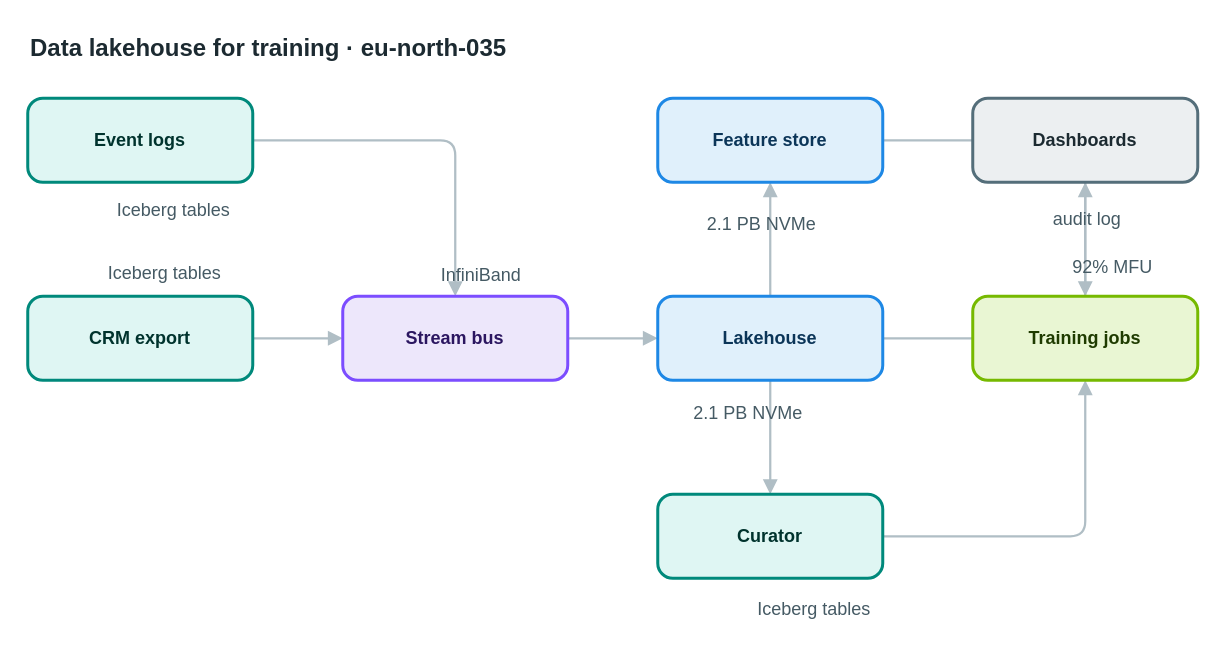
Earlier version of the draw.io diagram apps/web/public/samples/library/035-data-lakehouse-for-training.drawio (AryanG01/open-apprentice). Source tidied: cells renumbered, new cells numbered last; positions are measured from the earlier drawing's top-left corner, leaving out a move shared by most shapes. Both pictures are drawn from the tidied source at 150%, with x=0, y=0 at pixel (27, 26).
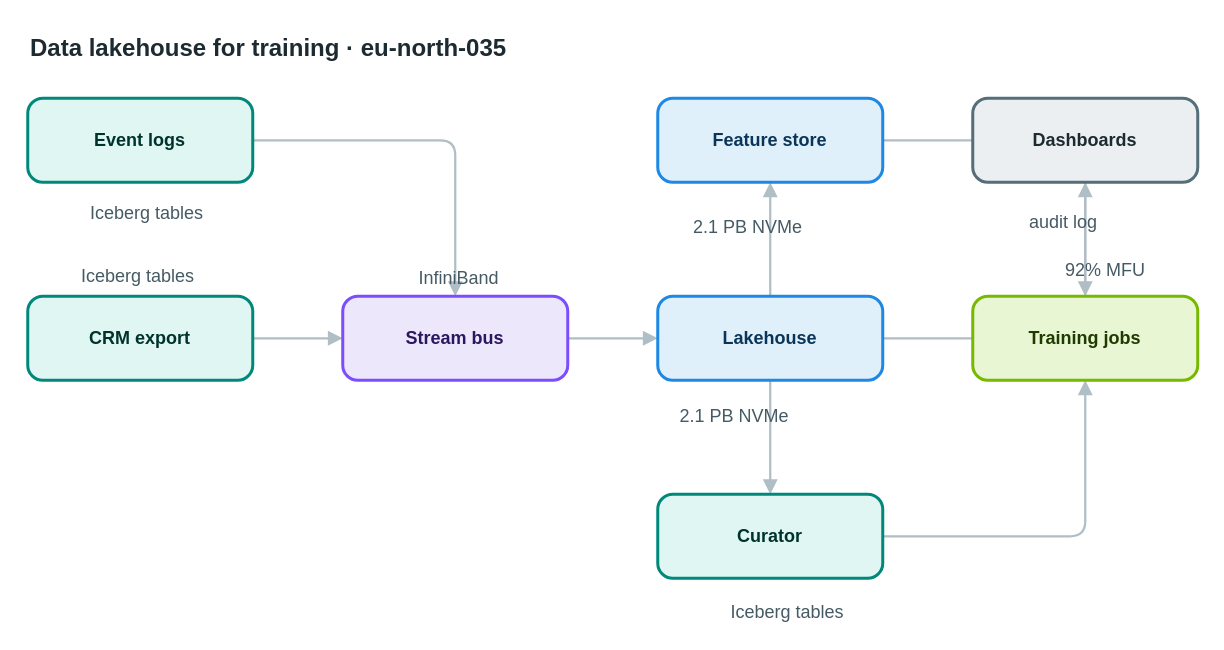
The same diagram, later.

Diff of the diagram source:
```diff
@@
-    <mxCell id="19" value="Iceberg tables" style="text;html=1;align=center;verticalAlign=middle;whiteSpace=nowrap;strokeColor=none;fillColor=none;fontSize=12;fontColor=#455a64;" parent="1" vertex="1">
+    <mxCell id="19" value="Iceberg tables" style="text;html=1;align=left;verticalAlign=top;whiteSpace=nowrap;spacing=0;spacingTop=0;strokeColor=none;fillColor=none;fontSize=12;fontColor=#455a64;" parent="1" vertex="1">
       <mxGeometry x="42" y="113" width="110" height="20" as="geometry" />
     </mxCell>
-    <mxCell id="20" value="Iceberg tables" style="text;html=1;align=center;verticalAlign=middle;whiteSpace=nowrap;strokeColor=none;fillColor=none;fontSize=12;fontColor=#455a64;" parent="1" vertex="1">
+    <mxCell id="20" value="Iceberg tables" style="text;html=1;align=left;verticalAlign=top;whiteSpace=nowrap;spacing=0;spacingTop=0;strokeColor=none;fillColor=none;fontSize=12;fontColor=#455a64;" parent="1" vertex="1">
       <mxGeometry x="36" y="155" width="110" height="20" as="geometry" />
     </mxCell>
-    <mxCell id="21" value="InfiniBand" style="text;html=1;align=center;verticalAlign=middle;whiteSpace=nowrap;strokeColor=none;fillColor=none;fontSize=12;fontColor=#455a64;" parent="1" vertex="1">
+    <mxCell id="21" value="InfiniBand" style="text;html=1;align=left;verticalAlign=top;whiteSpace=nowrap;spacing=0;spacingTop=0;strokeColor=none;fillColor=none;fontSize=12;fontColor=#455a64;" parent="1" vertex="1">
       <mxGeometry x="261" y="156" width="82" height="20" as="geometry" />
     </mxCell>
-    <mxCell id="22" value="2.1 PB NVMe" style="text;html=1;align=center;verticalAlign=middle;whiteSpace=nowrap;strokeColor=none;fillColor=none;fontSize=12;fontColor=#455a64;" parent="1" vertex="1">
+    <mxCell id="22" value="2.1 PB NVMe" style="text;html=1;align=left;verticalAlign=top;whiteSpace=nowrap;spacing=0;spacingTop=0;strokeColor=none;fillColor=none;fontSize=12;fontColor=#455a64;" parent="1" vertex="1">
       <mxGeometry x="435" y="248" width="89" height="20" as="geometry" />
     </mxCell>
-    <mxCell id="23" value="2.1 PB NVMe" style="text;html=1;align=center;verticalAlign=middle;whiteSpace=nowrap;strokeColor=none;fillColor=none;fontSize=12;fontColor=#455a64;" parent="1" vertex="1">
+    <mxCell id="23" value="2.1 PB NVMe" style="text;html=1;align=left;verticalAlign=top;whiteSpace=nowrap;spacing=0;spacingTop=0;strokeColor=none;fillColor=none;fontSize=12;fontColor=#455a64;" parent="1" vertex="1">
       <mxGeometry x="444" y="122" width="89" height="20" as="geometry" />
     </mxCell>
-    <mxCell id="24" value="Iceberg tables" style="text;html=1;align=center;verticalAlign=middle;whiteSpace=nowrap;strokeColor=none;fillColor=none;fontSize=12;fontColor=#455a64;" parent="1" vertex="1">
+    <mxCell id="24" value="Iceberg tables" style="text;html=1;align=left;verticalAlign=top;whiteSpace=nowrap;spacing=0;spacingTop=0;strokeColor=none;fillColor=none;fontSize=12;fontColor=#455a64;" parent="1" vertex="1">
       <mxGeometry x="469" y="379" width="110" height="20" as="geometry" />
     </mxCell>
-    <mxCell id="25" value="92% MFU" style="text;html=1;align=center;verticalAlign=middle;whiteSpace=nowrap;strokeColor=none;fillColor=none;fontSize=12;fontColor=#455a64;" parent="1" vertex="1">
+    <mxCell id="25" value="92% MFU" style="text;html=1;align=left;verticalAlign=top;whiteSpace=nowrap;spacing=0;spacingTop=0;strokeColor=none;fillColor=none;fontSize=12;fontColor=#455a64;" parent="1" vertex="1">
       <mxGeometry x="692" y="151" width="61" height="20" as="geometry" />
     </mxCell>
-    <mxCell id="26" value="audit log" style="text;html=1;align=center;verticalAlign=middle;whiteSpace=nowrap;strokeColor=none;fillColor=none;fontSize=12;fontColor=#455a64;" parent="1" vertex="1">
+    <mxCell id="26" value="audit log" style="text;html=1;align=left;verticalAlign=top;whiteSpace=nowrap;spacing=0;spacingTop=0;strokeColor=none;fillColor=none;fontSize=12;fontColor=#455a64;" parent="1" vertex="1">
       <mxGeometry x="668" y="119" width="75" height="20" as="geometry" />
     </mxCell>
```
